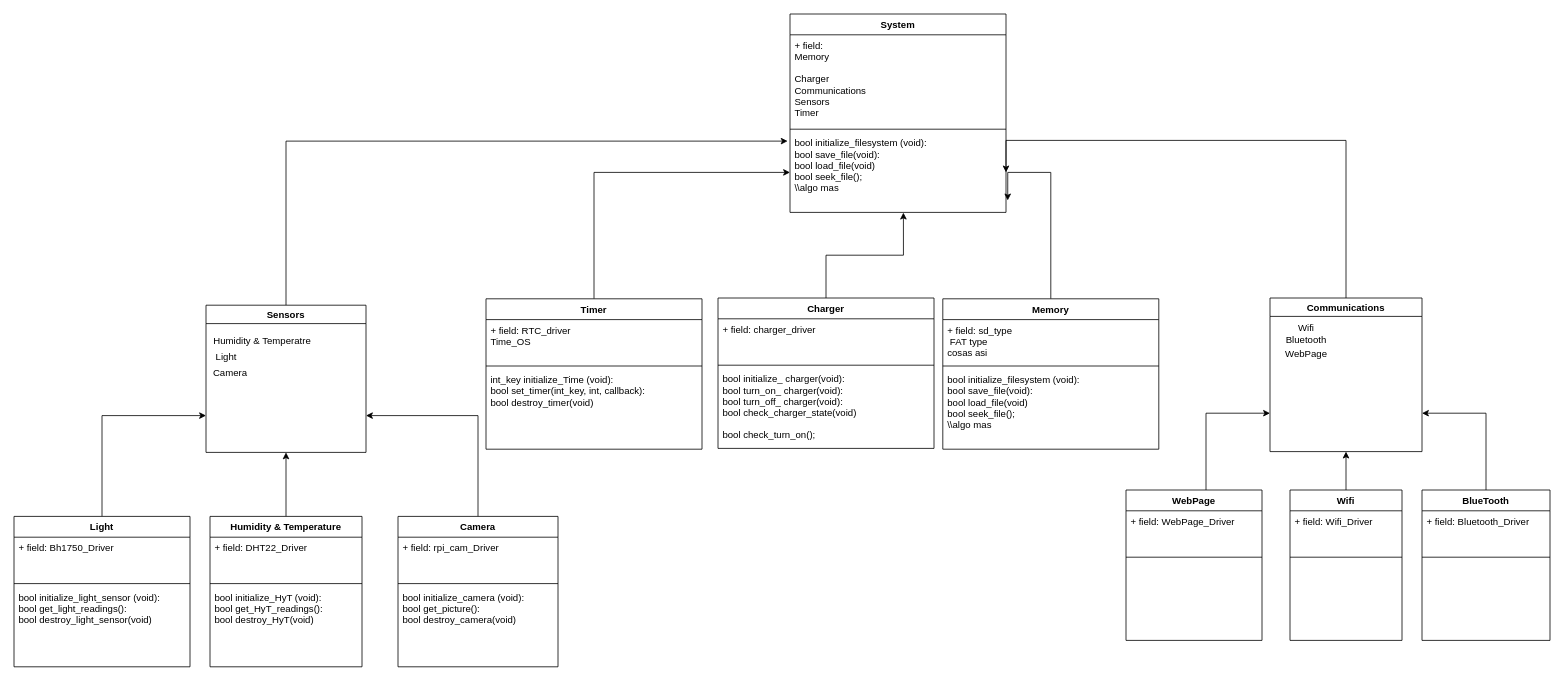
This is Utils/Drawio/Esquema_Clases.drawio from tlondero/Dise-o, a draw.io file, before an edit. Source tidied: cells renumbered, new cells numbered last; positions are measured from the earlier drawing's top-left corner, leaving out a move shared by most shapes. Both pictures are drawn from the tidied source at 80%, with x=0, y=0 at pixel (14, 14).
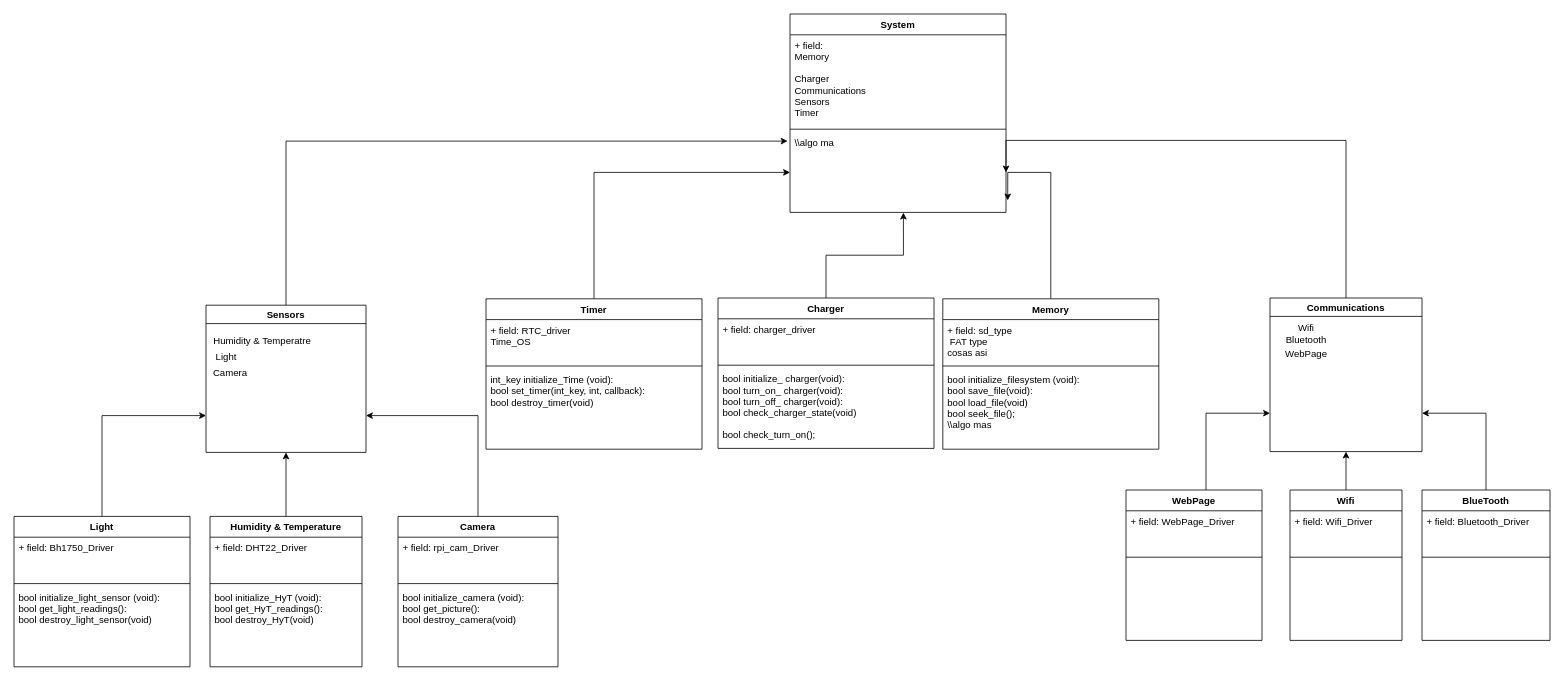
Above is the later version.

Unchanged cells that the change refers to:
```xml
<mxCell id="21" value="System" style="swimlane;fontStyle=1;align=center;verticalAlign=top;horizontal=1;startSize=26;" parent="1" vertex="1">
  <mxGeometry x="970" width="270" height="248" as="geometry" />
</mxCell>
```

Diff of the diagram source:
```diff
@@
-    <mxCell id="24" value="bool initialize_filesystem (void):&#10;bool save_file(void):&#10;bool load_file(void)&#10;bool seek_file();&#10;\\algo mas&#10;&#10;  &#10;&#10;" style="text;strokeColor=none;fillColor=none;align=left;verticalAlign=top;spacingLeft=4;spacingRight=4;overflow=hidden;points=[[0,0.5],[1,0.5]];portConstraint=eastwest;" parent="21" vertex="1">
+    <mxCell id="24" value="\\algo ma&#10;&#10;  &#10;&#10;" style="text;strokeColor=none;fillColor=none;align=left;verticalAlign=top;spacingLeft=4;spacingRight=4;overflow=hidden;points=[[0,0.5],[1,0.5]];portConstraint=eastwest;" parent="21" vertex="1">
       <mxGeometry y="148" width="270" height="100" as="geometry" />
     </mxCell>
```
